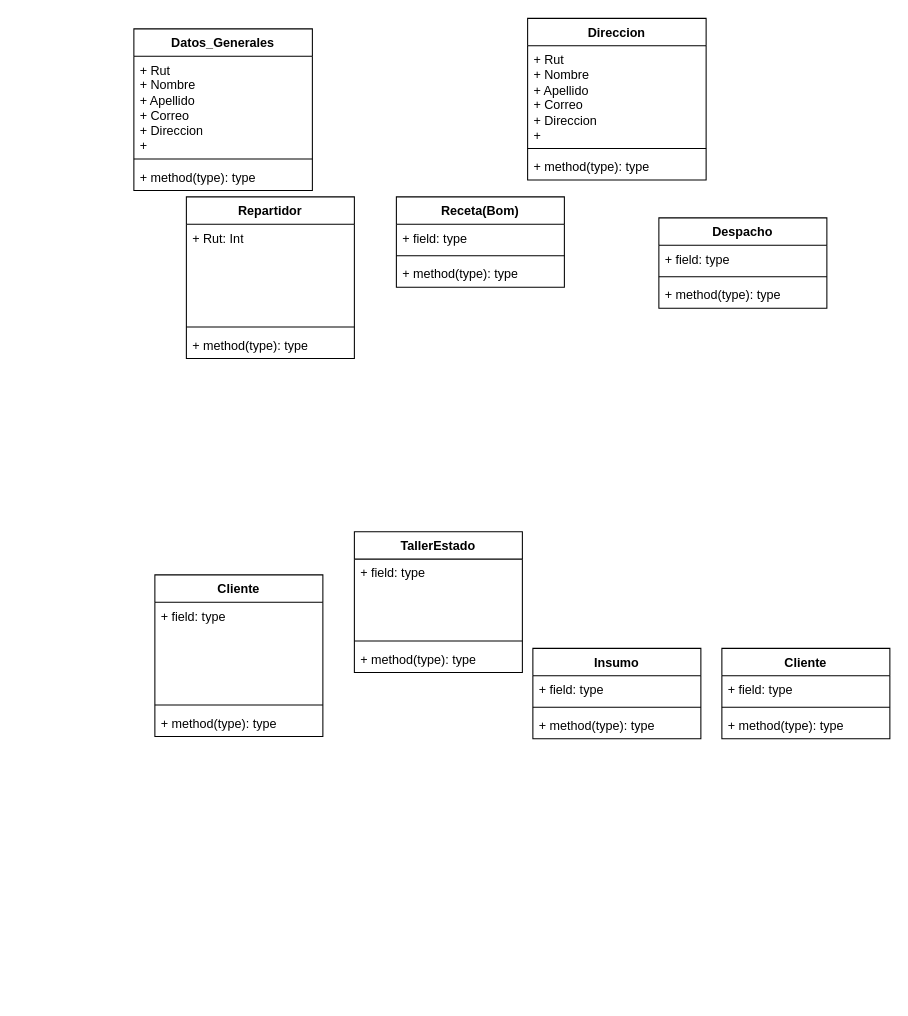
Above: Diagrama sin título.drawio in jorgeortizcastillo2020-hue/MSI_JJ_PARADIGMA4-1_IEC_N2_C1 (draw.io), before the change. Source tidied: cells renumbered, new cells numbered last; positions are measured from the earlier drawing's top-left corner, leaving out a move shared by most shapes. Both pictures are drawn from the tidied source at 105%, with x=0, y=0 at pixel (133, 18).
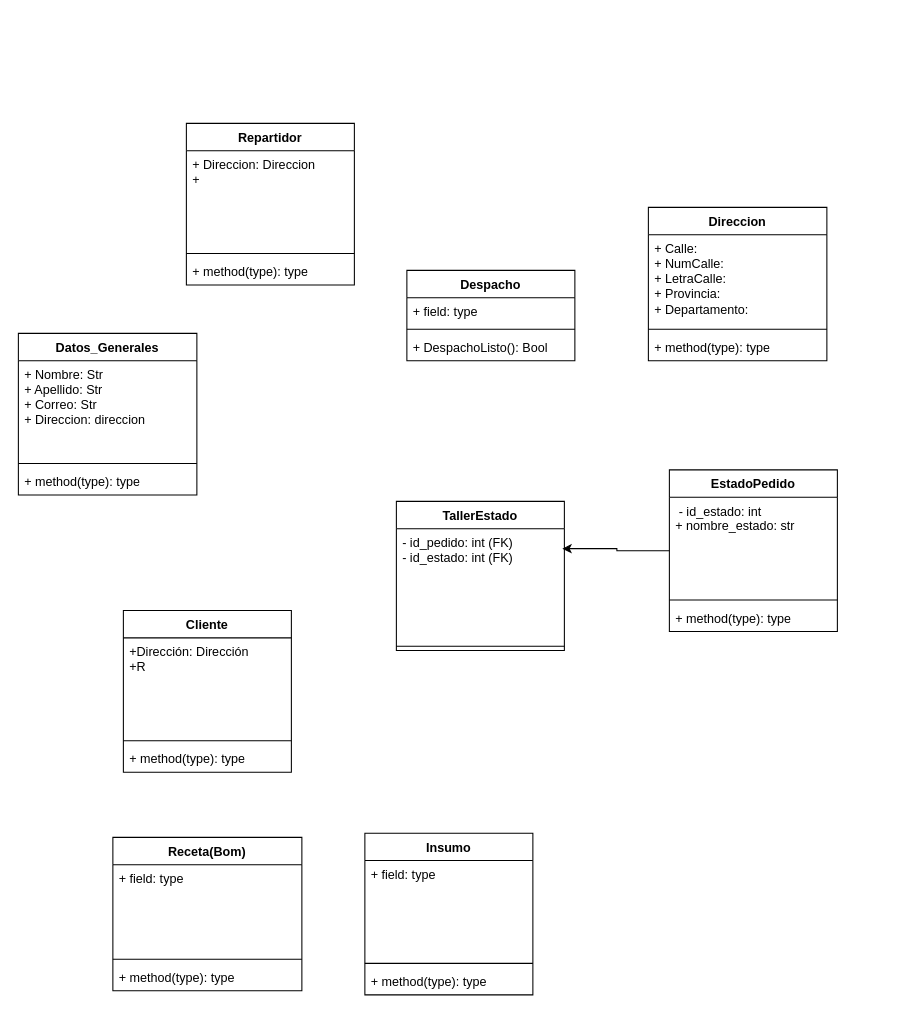
After the change.

Commit message:
Actualizar Diagrama sin .drawio

Change to the diagram source:
```diff
@@
     <mxCell id="2" value="TallerEstado" style="swimlane;fontStyle=1;align=center;verticalAlign=top;horizontal=1;startSize=26;whiteSpace=wrap;html=1;" parent="1" vertex="1">
-      <mxGeometry x="210" y="489" width="160" height="134" as="geometry" />
+      <mxGeometry x="250" y="460" width="160" height="142" as="geometry" />
     </mxCell>
-    <mxCell id="3" value="+ field: type" style="text;strokeColor=none;fillColor=none;align=left;verticalAlign=top;spacingLeft=4;spacingRight=4;overflow=hidden;points=[[0,0.5],[1,0.5]];portConstraint=eastwest;whiteSpace=wrap;html=1;" parent="2" vertex="1">
-      <mxGeometry y="26" width="160" height="74" as="geometry" />
+    <mxCell id="3" value="&lt;div&gt;&lt;div&gt;- id_pedido: int (FK)&lt;/div&gt;&lt;/div&gt;&lt;div&gt;- id_estado: int (FK)&lt;/div&gt;&lt;div&gt;&lt;div&gt;&lt;br&gt;&lt;/div&gt;&lt;/div&gt;" style="text;strokeColor=none;fillColor=none;align=left;verticalAlign=top;spacingLeft=4;spacingRight=4;overflow=hidden;points=[[0,0.5],[1,0.5]];portConstraint=eastwest;whiteSpace=wrap;html=1;" parent="2" vertex="1">
+      <mxGeometry y="26" width="160" height="108" as="geometry" />
     </mxCell>
     <mxCell id="4" style="line;strokeWidth=1;fillColor=none;align=left;verticalAlign=middle;spacingTop=-1;spacingLeft=3;spacingRight=3;labelPosition=right;strokeColor=inherit;labelPerimeter=1;" parent="2" vertex="1">
-      <mxGeometry y="100" width="160" height="8" as="geometry" />
+      <mxGeometry y="134" width="160" height="8" as="geometry" />
     </mxCell>
-    <mxCell id="5" value="+ method(type): type" style="text;strokeColor=none;fillColor=none;align=left;verticalAlign=top;spacingLeft=4;spacingRight=4;overflow=hidden;whiteSpace=wrap;html=1;" parent="2" vertex="1">
-      <mxGeometry y="108" width="160" height="26" as="geometry" />
-    </mxCell>
     <mxCell id="6" value="Insumo" style="swimlane;fontStyle=1;align=center;verticalAlign=top;horizontal=1;startSize=26;whiteSpace=wrap;html=1;" parent="1" vertex="1">
-      <mxGeometry x="380" y="600" width="160" height="86" as="geometry" />
+      <mxGeometry x="220" y="776" width="160" height="154" as="geometry" />
     </mxCell>
     <mxCell id="7" value="+ field: type" style="text;strokeColor=none;fillColor=none;align=left;verticalAlign=top;spacingLeft=4;spacingRight=4;overflow=hidden;whiteSpace=wrap;html=1;" parent="6" vertex="1">
-      <mxGeometry y="26" width="160" height="26" as="geometry" />
+      <mxGeometry y="26" width="160" height="94" as="geometry" />
     </mxCell>
     <mxCell id="8" style="line;strokeWidth=1;fillColor=none;align=left;verticalAlign=middle;spacingTop=-1;spacingLeft=3;spacingRight=3;labelPosition=right;strokeColor=inherit;labelPerimeter=1;" parent="6" vertex="1">
-      <mxGeometry y="52" width="160" height="8" as="geometry" />
+      <mxGeometry y="120" width="160" height="8" as="geometry" />
     </mxCell>
     <mxCell id="9" value="+ method(type): type" style="text;strokeColor=none;fillColor=none;align=left;verticalAlign=top;spacingLeft=4;spacingRight=4;overflow=hidden;whiteSpace=wrap;html=1;" parent="6" vertex="1">
-      <mxGeometry y="60" width="160" height="26" as="geometry" />
+      <mxGeometry y="128" width="160" height="26" as="geometry" />
     </mxCell>
     <mxCell id="10" value="Receta(Bom)" style="swimlane;fontStyle=1;align=center;verticalAlign=top;horizontal=1;startSize=26;whiteSpace=wrap;html=1;" parent="1" vertex="1">
-      <mxGeometry x="250" y="170" width="160" height="86" as="geometry" />
+      <mxGeometry x="-20" y="780" width="180" height="146" as="geometry" />
     </mxCell>
     <mxCell id="11" value="+ field: type" style="text;strokeColor=none;fillColor=none;align=left;verticalAlign=top;spacingLeft=4;spacingRight=4;overflow=hidden;whiteSpace=wrap;html=1;" parent="10" vertex="1">
-      <mxGeometry y="26" width="160" height="26" as="geometry" />
+      <mxGeometry y="26" width="180" height="86" as="geometry" />
     </mxCell>
     <mxCell id="12" style="line;strokeWidth=1;fillColor=none;align=left;verticalAlign=middle;spacingTop=-1;spacingLeft=3;spacingRight=3;labelPosition=right;strokeColor=inherit;labelPerimeter=1;" parent="10" vertex="1">
-      <mxGeometry y="52" width="160" height="8" as="geometry" />
+      <mxGeometry y="112" width="180" height="8" as="geometry" />
     </mxCell>
     <mxCell id="13" value="+ method(type): type" style="text;strokeColor=none;fillColor=none;align=left;verticalAlign=top;spacingLeft=4;spacingRight=4;overflow=hidden;whiteSpace=wrap;html=1;" parent="10" vertex="1">
-      <mxGeometry y="60" width="160" height="26" as="geometry" />
+      <mxGeometry y="120" width="180" height="26" as="geometry" />
     </mxCell>
     <mxCell id="14" value="Cliente" style="swimlane;fontStyle=1;align=center;verticalAlign=top;horizontal=1;startSize=26;whiteSpace=wrap;html=1;" parent="1" vertex="1">
-      <mxGeometry x="20" y="530" width="160" height="154" as="geometry" />
+      <mxGeometry x="-10" y="564" width="160" height="154" as="geometry" />
     </mxCell>
-    <mxCell id="15" value="+ field: type" style="text;strokeColor=none;fillColor=none;align=left;verticalAlign=top;spacingLeft=4;spacingRight=4;overflow=hidden;whiteSpace=wrap;html=1;" parent="14" vertex="1">
+    <mxCell id="15" value="&lt;div&gt;+Dirección: Dirección&lt;/div&gt;&lt;div&gt;+R&lt;/div&gt;" style="text;strokeColor=none;fillColor=none;align=left;verticalAlign=top;spacingLeft=4;spacingRight=4;overflow=hidden;whiteSpace=wrap;html=1;" parent="14" vertex="1">
       <mxGeometry y="26" width="160" height="94" as="geometry" />
     </mxCell>
@@
     <mxCell id="18" value="Despacho" style="swimlane;fontStyle=1;align=center;verticalAlign=top;horizontal=1;startSize=26;whiteSpace=wrap;html=1;" parent="1" vertex="1">
-      <mxGeometry x="500" y="190" width="160" height="86" as="geometry" />
+      <mxGeometry x="260" y="240" width="160" height="86" as="geometry" />
     </mxCell>
@@
-    <mxCell id="21" value="+ method(type): type" style="text;strokeColor=none;fillColor=none;align=left;verticalAlign=top;spacingLeft=4;spacingRight=4;overflow=hidden;whiteSpace=wrap;html=1;" parent="18" vertex="1">
+    <mxCell id="21" value="+ DespachoListo(): Bool" style="text;strokeColor=none;fillColor=none;align=left;verticalAlign=top;spacingLeft=4;spacingRight=4;overflow=hidden;whiteSpace=wrap;html=1;" parent="18" vertex="1">
       <mxGeometry y="60" width="160" height="26" as="geometry" />
     </mxCell>
-    <mxCell id="22" value="Cliente" style="swimlane;fontStyle=1;align=center;verticalAlign=top;horizontal=1;startSize=26;whiteSpace=wrap;html=1;" parent="1" vertex="1">
-      <mxGeometry x="560" y="600" width="160" height="86" as="geometry" />
-    </mxCell>
-    <mxCell id="23" value="+ field: type" style="text;strokeColor=none;fillColor=none;align=left;verticalAlign=top;spacingLeft=4;spacingRight=4;overflow=hidden;whiteSpace=wrap;html=1;" parent="22" vertex="1">
-      <mxGeometry y="26" width="160" height="26" as="geometry" />
-    </mxCell>
-    <mxCell id="24" style="line;strokeWidth=1;fillColor=none;align=left;verticalAlign=middle;spacingTop=-1;spacingLeft=3;spacingRight=3;labelPosition=right;strokeColor=inherit;labelPerimeter=1;" parent="22" vertex="1">
-      <mxGeometry y="52" width="160" height="8" as="geometry" />
-    </mxCell>
-    <mxCell id="25" value="+ method(type): type" style="text;strokeColor=none;fillColor=none;align=left;verticalAlign=top;spacingLeft=4;spacingRight=4;overflow=hidden;whiteSpace=wrap;html=1;" parent="22" vertex="1">
-      <mxGeometry y="60" width="160" height="26" as="geometry" />
-    </mxCell>
     <mxCell id="26" value="Repartidor" style="swimlane;fontStyle=1;align=center;verticalAlign=top;horizontal=1;startSize=26;whiteSpace=wrap;html=1;" parent="1" vertex="1">
-      <mxGeometry x="50" y="170" width="160" height="154" as="geometry" />
+      <mxGeometry x="50" y="100" width="160" height="154" as="geometry" />
     </mxCell>
-    <mxCell id="27" value="+ Rut: Int" style="text;strokeColor=none;fillColor=none;align=left;verticalAlign=top;spacingLeft=4;spacingRight=4;overflow=hidden;whiteSpace=wrap;html=1;" parent="26" vertex="1">
+    <mxCell id="27" value="&lt;div&gt;+ Direccion: Direccion&lt;/div&gt;&lt;div&gt;+&amp;nbsp;&lt;/div&gt;" style="text;strokeColor=none;fillColor=none;align=left;verticalAlign=top;spacingLeft=4;spacingRight=4;overflow=hidden;whiteSpace=wrap;html=1;" parent="26" vertex="1">
       <mxGeometry y="26" width="160" height="94" as="geometry" />
     </mxCell>
@@
     <mxCell id="30" value="Datos_Generales" style="swimlane;fontStyle=1;align=center;verticalAlign=top;horizontal=1;startSize=26;whiteSpace=wrap;html=1;" parent="1" vertex="1">
-      <mxGeometry y="10" width="170" height="154" as="geometry" />
+      <mxGeometry x="-110" y="300" width="170" height="154" as="geometry" />
     </mxCell>
-    <mxCell id="31" value="+ Rut&lt;div&gt;+ Nombre&lt;/div&gt;&lt;div&gt;+ Apellido&lt;/div&gt;&lt;div&gt;+ Correo&lt;/div&gt;&lt;div&gt;+ Direccion&lt;/div&gt;&lt;div&gt;+&amp;nbsp;&lt;/div&gt;" style="text;strokeColor=none;fillColor=none;align=left;verticalAlign=top;spacingLeft=4;spacingRight=4;overflow=hidden;whiteSpace=wrap;html=1;" parent="30" vertex="1">
+    <mxCell id="31" value="&lt;div&gt;+ Nombre: Str&lt;/div&gt;&lt;div&gt;+ Apellido: Str&lt;/div&gt;&lt;div&gt;+ Correo: Str&lt;/div&gt;&lt;div&gt;+ Direccion: direccion&lt;/div&gt;&lt;div&gt;&lt;br&gt;&lt;/div&gt;" style="text;strokeColor=none;fillColor=none;align=left;verticalAlign=top;spacingLeft=4;spacingRight=4;overflow=hidden;whiteSpace=wrap;html=1;" parent="30" vertex="1">
       <mxGeometry y="26" width="170" height="94" as="geometry" />
     </mxCell>
@@
     <mxCell id="34" value="Direccion" style="swimlane;fontStyle=1;align=center;verticalAlign=top;horizontal=1;startSize=26;whiteSpace=wrap;html=1;" parent="1" vertex="1">
-      <mxGeometry x="375" width="170" height="154" as="geometry" />
+      <mxGeometry x="490" y="180" width="170" height="146" as="geometry" />
     </mxCell>
-    <mxCell id="35" value="+ Rut&lt;div&gt;+ Nombre&lt;/div&gt;&lt;div&gt;+ Apellido&lt;/div&gt;&lt;div&gt;+ Correo&lt;/div&gt;&lt;div&gt;+ Direccion&lt;/div&gt;&lt;div&gt;+&amp;nbsp;&lt;/div&gt;" style="text;strokeColor=none;fillColor=none;align=left;verticalAlign=top;spacingLeft=4;spacingRight=4;overflow=hidden;whiteSpace=wrap;html=1;" parent="34" vertex="1">
-      <mxGeometry y="26" width="170" height="94" as="geometry" />
+    <mxCell id="35" value="+ Calle:&lt;div&gt;+ NumCalle:&lt;/div&gt;&lt;div&gt;+ LetraCalle:&lt;/div&gt;&lt;div&gt;+ Provincia:&lt;/div&gt;&lt;div&gt;+ Departamento:&lt;/div&gt;&lt;div&gt;&lt;br&gt;&lt;/div&gt;" style="text;strokeColor=none;fillColor=none;align=left;verticalAlign=top;spacingLeft=4;spacingRight=4;overflow=hidden;whiteSpace=wrap;html=1;" parent="34" vertex="1">
+      <mxGeometry y="26" width="170" height="86" as="geometry" />
     </mxCell>
     <mxCell id="36" style="line;strokeWidth=1;fillColor=none;align=left;verticalAlign=middle;spacingTop=-1;spacingLeft=3;spacingRight=3;labelPosition=right;strokeColor=inherit;labelPerimeter=1;" parent="34" vertex="1">
-      <mxGeometry y="120" width="170" height="8" as="geometry" />
+      <mxGeometry y="112" width="170" height="8" as="geometry" />
     </mxCell>
     <mxCell id="37" value="+ method(type): type" style="text;strokeColor=none;fillColor=none;align=left;verticalAlign=top;spacingLeft=4;spacingRight=4;overflow=hidden;whiteSpace=wrap;html=1;" parent="34" vertex="1">
-      <mxGeometry y="128" width="170" height="26" as="geometry" />
+      <mxGeometry y="120" width="170" height="26" as="geometry" />
     </mxCell>
+    <mxCell id="38" value="EstadoPedido" style="swimlane;fontStyle=1;align=center;verticalAlign=top;horizontal=1;startSize=26;whiteSpace=wrap;html=1;" parent="1" vertex="1">
+      <mxGeometry x="510" y="430" width="160" height="154" as="geometry" />
+    </mxCell>
+    <mxCell id="39" value="&lt;div&gt;&amp;nbsp;- id_esta&lt;span style=&quot;background-color: transparent; color: light-dark(#000000, var(--ge-light-color, #ffffff));&quot;&gt;do: int&lt;/span&gt;&lt;/div&gt;&lt;div&gt;+ nombre_estado: str&lt;/div&gt;" style="text;strokeColor=none;fillColor=none;align=left;verticalAlign=top;spacingLeft=4;spacingRight=4;overflow=hidden;whiteSpace=wrap;html=1;" parent="38" vertex="1">
+      <mxGeometry y="26" width="160" height="94" as="geometry" />
+    </mxCell>
+    <mxCell id="40" style="line;strokeWidth=1;fillColor=none;align=left;verticalAlign=middle;spacingTop=-1;spacingLeft=3;spacingRight=3;labelPosition=right;strokeColor=inherit;labelPerimeter=1;" parent="38" vertex="1">
+      <mxGeometry y="120" width="160" height="8" as="geometry" />
+    </mxCell>
+    <mxCell id="41" value="+ method(type): type" style="text;strokeColor=none;fillColor=none;align=left;verticalAlign=top;spacingLeft=4;spacingRight=4;overflow=hidden;whiteSpace=wrap;html=1;" parent="38" vertex="1">
+      <mxGeometry y="128" width="160" height="26" as="geometry" />
+    </mxCell>
+    <mxCell id="42" style="edgeStyle=orthogonalEdgeStyle;rounded=0;jettySize=auto;html=1;entryX=0.988;entryY=0.176;entryDx=0;entryDy=0;entryPerimeter=0;defaultLabelBackgroundColor=page;" parent="1" edge="1" source="38" target="3">
+      <mxGeometry relative="1" as="geometry" />
+    </mxCell>
```
